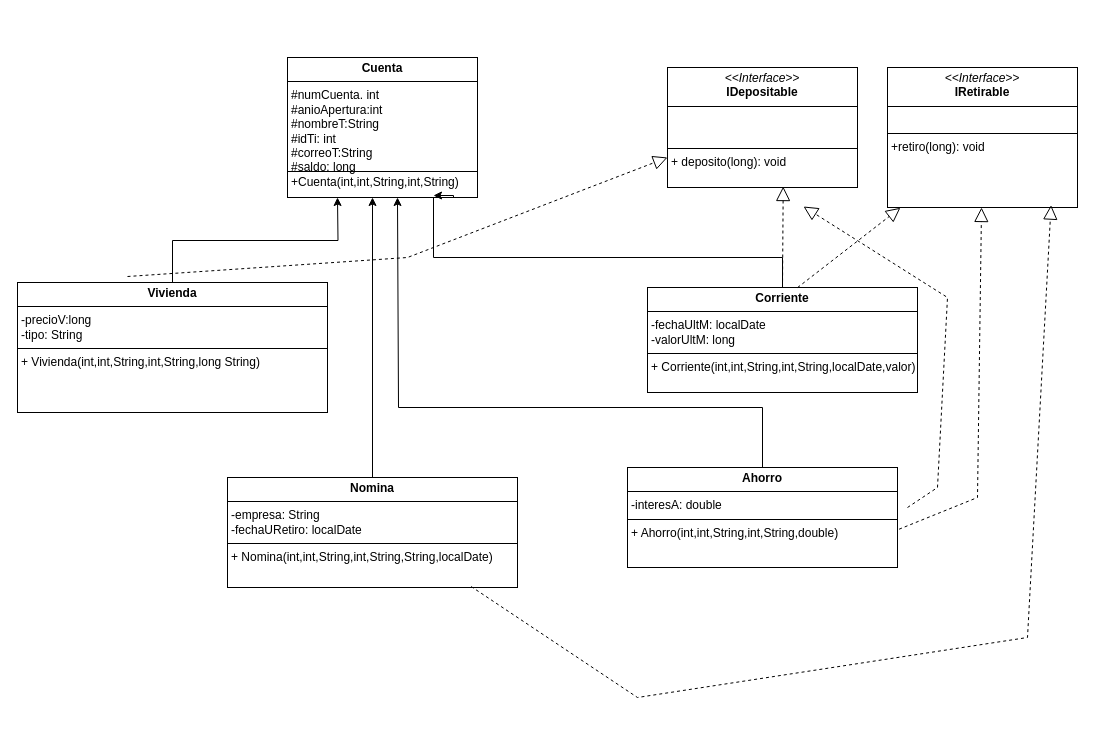
The draw.io diagram DiagramaActividad7.drawio in Mariana909/Clases-Abstractas, before the edit. Source tidied: cells renumbered, new cells numbered last; positions are measured from the earlier drawing's top-left corner, leaving out a move shared by most shapes. Both pictures are drawn from the tidied source at 100%, with x=0, y=0 at pixel (17, 57).
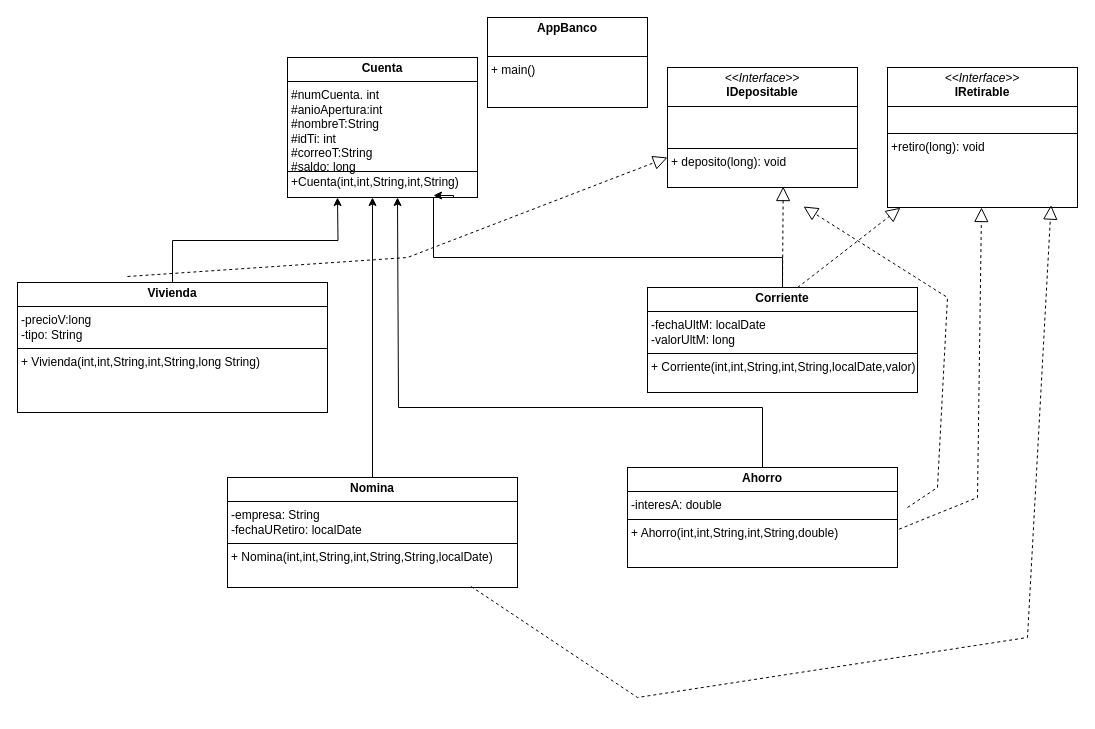
Above is the later version.

What changed in the source:
```diff
@@
+    <mxCell id="20" value="&lt;p style=&quot;margin:0px;margin-top:4px;text-align:center;&quot;&gt;&lt;b&gt;AppBanco&lt;/b&gt;&lt;/p&gt;&lt;p style=&quot;margin:0px;margin-left:4px;&quot;&gt;&lt;br&gt;&lt;/p&gt;&lt;hr size=&quot;1&quot; style=&quot;border-style:solid;&quot;&gt;&lt;p style=&quot;margin:0px;margin-left:4px;&quot;&gt;+ main()&lt;/p&gt;" style="verticalAlign=top;align=left;overflow=fill;html=1;whiteSpace=wrap;" parent="1" vertex="1">
+      <mxGeometry x="470" y="-40" width="160" height="90" as="geometry" />
+    </mxCell>
```
